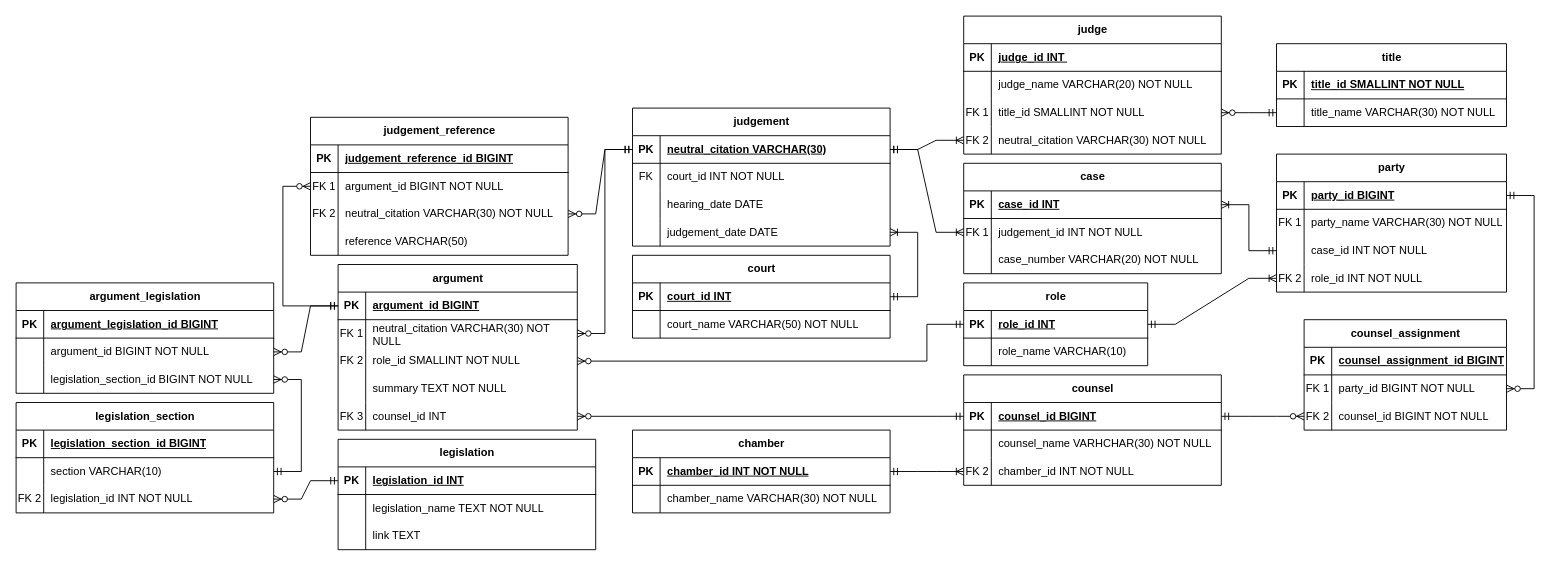
Above: dev-resources/erd/ERD.drawio in anisahhoque/c15-court-transcript-pipeline (draw.io), before the change. Source tidied: cells renumbered, new cells numbered last; positions are measured from the earlier drawing's top-left corner, leaving out a move shared by most shapes. Both pictures are drawn from the tidied source at 92%, with x=0, y=0 at pixel (16, 16).
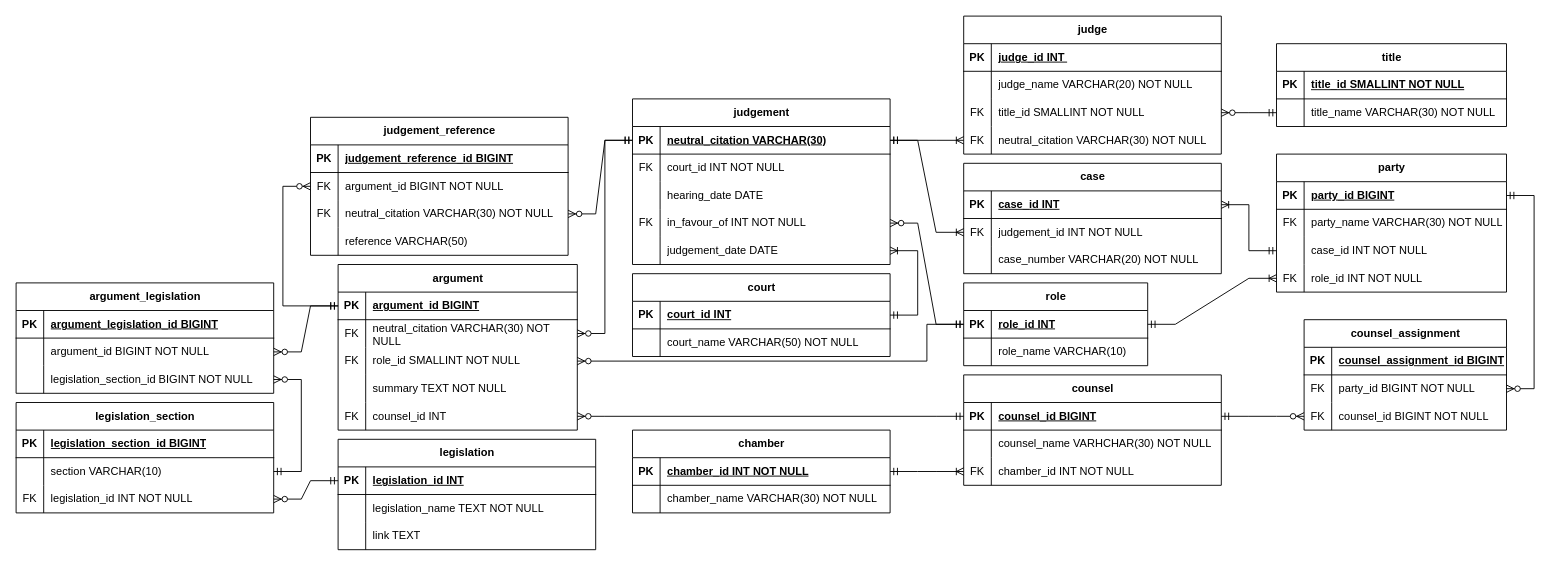
The same diagram, later.

Commit message (it also covers changes not shown here):
Adds in_favour_of column to judgment, and simplifies foreign keys

The change refers to these unchanged cells:
```xml
<mxCell id="20" style="shape=tableRow;horizontal=0;startSize=0;swimlaneHead=0;swimlaneBody=0;fillColor=none;points=[[0,0.5],[1,0.5]];portConstraint=eastwest;top=0;left=0;right=0;bottom=0;" parent="13" vertex="1">
  <mxGeometry y="90" width="280" height="30" as="geometry" />
</mxCell>
<mxCell id="40" style="shape=tableRow;horizontal=0;startSize=0;swimlaneHead=0;swimlaneBody=0;fillColor=none;points=[[0,0.5],[1,0.5]];portConstraint=eastwest;top=0;left=0;right=0;bottom=0;" parent="36" vertex="1">
  <mxGeometry y="60" width="280" height="30" as="geometry" />
</mxCell>
<mxCell id="43" style="shape=tableRow;horizontal=0;startSize=0;swimlaneHead=0;swimlaneBody=0;fillColor=none;points=[[0,0.5],[1,0.5]];portConstraint=eastwest;top=0;left=0;right=0;bottom=0;" parent="36" vertex="1">
  <mxGeometry y="90" width="280" height="30" as="geometry" />
</mxCell>
<mxCell id="53" style="shape=tableRow;horizontal=0;startSize=0;swimlaneHead=0;swimlaneBody=0;fillColor=none;points=[[0,0.5],[1,0.5]];portConstraint=eastwest;top=0;left=0;right=0;bottom=0;" parent="49" vertex="1">
  <mxGeometry y="60" width="280" height="30" as="geometry" />
</mxCell>
<mxCell id="70" style="shape=tableRow;horizontal=0;startSize=0;swimlaneHead=0;swimlaneBody=0;fillColor=none;top=0;left=0;right=0;bottom=0;" parent="66" vertex="1">
  <mxGeometry y="60" width="250" height="30" as="geometry" />
</mxCell>
<mxCell id="76" style="shape=tableRow;horizontal=0;startSize=0;swimlaneHead=0;swimlaneBody=0;fillColor=none;points=[[0,0.5],[1,0.5]];portConstraint=eastwest;top=0;left=0;right=0;bottom=0;" parent="66" vertex="1">
  <mxGeometry y="120" width="250" height="30" as="geometry" />
</mxCell>
<mxCell id="80" style="shape=tableRow;horizontal=0;startSize=0;swimlaneHead=0;swimlaneBody=0;fillColor=none;points=[[0,0.5],[1,0.5]];portConstraint=eastwest;top=0;left=0;right=0;bottom=1;" parent="79" vertex="1">
  <mxGeometry y="30" width="200" height="30" as="geometry" />
</mxCell>
<mxCell id="90" style="shape=tableRow;horizontal=0;startSize=0;swimlaneHead=0;swimlaneBody=0;fillColor=none;points=[[0,0.5],[1,0.5]];portConstraint=eastwest;top=0;left=0;right=0;bottom=0;" parent="86" vertex="1">
  <mxGeometry y="60" width="220" height="30" as="geometry" />
</mxCell>
<mxCell id="93" style="shape=tableRow;horizontal=0;startSize=0;swimlaneHead=0;swimlaneBody=0;fillColor=none;points=[[0,0.5],[1,0.5]];portConstraint=eastwest;top=0;left=0;right=0;bottom=0;" parent="86" vertex="1">
  <mxGeometry y="90" width="220" height="30" as="geometry" />
</mxCell>
<mxCell id="103" style="shape=tableRow;horizontal=0;startSize=0;swimlaneHead=0;swimlaneBody=0;fillColor=none;points=[[0,0.5],[1,0.5]];portConstraint=eastwest;top=0;left=0;right=0;bottom=0;" parent="96" vertex="1">
  <mxGeometry y="90" width="280" height="30" as="geometry" />
</mxCell>
<mxCell id="128" style="shape=tableRow;horizontal=0;startSize=0;swimlaneHead=0;swimlaneBody=0;fillColor=none;points=[[0,0.5],[1,0.5]];portConstraint=eastwest;top=0;left=0;right=0;bottom=0;" parent="124" vertex="1">
  <mxGeometry y="60" width="260" height="30" as="geometry" />
</mxCell>
<mxCell id="131" style="shape=tableRow;horizontal=0;startSize=0;swimlaneHead=0;swimlaneBody=0;fillColor=none;points=[[0,0.5],[1,0.5]];portConstraint=eastwest;top=0;left=0;right=0;bottom=0;" parent="124" vertex="1">
  <mxGeometry y="90" width="260" height="30" as="geometry" />
</mxCell>
<mxCell id="137" style="shape=tableRow;horizontal=0;startSize=0;swimlaneHead=0;swimlaneBody=0;fillColor=none;points=[[0,0.5],[1,0.5]];portConstraint=eastwest;top=0;left=0;right=0;bottom=0;" parent="124" vertex="1">
  <mxGeometry y="150" width="260" height="30" as="geometry" />
</mxCell>
<mxCell id="150" style="shape=tableRow;horizontal=0;startSize=0;swimlaneHead=0;swimlaneBody=0;fillColor=none;points=[[0,0.5],[1,0.5]];portConstraint=eastwest;top=0;left=0;right=0;bottom=0;" parent="143" vertex="1">
  <mxGeometry y="90" width="280" height="30" as="geometry" />
</mxCell>
<mxCell id="153" style="shape=tableRow;horizontal=0;startSize=0;swimlaneHead=0;swimlaneBody=0;fillColor=none;points=[[0,0.5],[1,0.5]];portConstraint=eastwest;top=0;left=0;right=0;bottom=0;" parent="143" vertex="1">
  <mxGeometry y="120" width="280" height="30" as="geometry" />
</mxCell>
```

The edit, as a diff of the source:
```diff
@@
-    <mxCell id="21" value="FK 2" style="shape=partialRectangle;fillColor=none;top=0;left=0;bottom=0;right=0;overflow=hidden;whiteSpace=wrap;html=1;" parent="20" vertex="1">
+    <mxCell id="21" value="FK" style="shape=partialRectangle;fillColor=none;top=0;left=0;bottom=0;right=0;overflow=hidden;whiteSpace=wrap;html=1;" parent="20" vertex="1">
       <mxGeometry width="30" height="30" as="geometry" />
     </mxCell>
@@
     <mxCell id="23" value="judgement" style="shape=table;startSize=30;childLayout=tableLayout;rowLines=0;fontStyle=1;align=center;html=1;" parent="1" vertex="1">
-      <mxGeometry x="670" y="100" width="280" height="150" as="geometry" />
+      <mxGeometry x="670" y="90" width="280" height="180" as="geometry" />
     </mxCell>
@@
+    <mxCell id="176" style="shape=tableRow;horizontal=0;startSize=0;swimlaneHead=0;swimlaneBody=0;fillColor=none;points=[[0,0.5],[1,0.5]];portConstraint=eastwest;top=0;left=0;right=0;bottom=0;" parent="23" vertex="1">
+      <mxGeometry y="120" width="280" height="30" as="geometry" />
+    </mxCell>
+    <mxCell id="177" value="FK" style="shape=partialRectangle;fillColor=none;top=0;left=0;bottom=0;right=0;overflow=hidden;whiteSpace=wrap;html=1;" parent="176" vertex="1">
+      <mxGeometry width="30" height="30" as="geometry" />
+    </mxCell>
+    <mxCell id="178" value="in_favour_of INT NOT NULL" style="shape=partialRectangle;fillColor=none;top=0;left=0;bottom=0;right=0;align=left;spacingLeft=6;overflow=hidden;whiteSpace=wrap;html=1;" parent="176" vertex="1">
+      <mxGeometry x="30" width="250" height="30" as="geometry" />
+    </mxCell>
     <mxCell id="33" style="shape=tableRow;horizontal=0;startSize=0;swimlaneHead=0;swimlaneBody=0;fillColor=none;points=[[0,0.5],[1,0.5]];portConstraint=eastwest;top=0;left=0;right=0;bottom=0;" parent="23" vertex="1">
-      <mxGeometry y="120" width="280" height="30" as="geometry" />
+      <mxGeometry y="150" width="280" height="30" as="geometry" />
     </mxCell>
@@
-    <mxCell id="41" value="FK 1" style="shape=partialRectangle;fillColor=none;top=0;left=0;bottom=0;right=0;overflow=hidden;whiteSpace=wrap;html=1;" parent="40" vertex="1">
+    <mxCell id="41" value="FK" style="shape=partialRectangle;fillColor=none;top=0;left=0;bottom=0;right=0;overflow=hidden;whiteSpace=wrap;html=1;" parent="40" vertex="1">
       <mxGeometry width="30" height="30" as="geometry" />
     </mxCell>
@@
-    <mxCell id="44" value="FK 2" style="shape=partialRectangle;fillColor=none;top=0;left=0;bottom=0;right=0;overflow=hidden;whiteSpace=wrap;html=1;" parent="43" vertex="1">
+    <mxCell id="44" value="FK" style="shape=partialRectangle;fillColor=none;top=0;left=0;bottom=0;right=0;overflow=hidden;whiteSpace=wrap;html=1;" parent="43" vertex="1">
       <mxGeometry width="30" height="30" as="geometry" />
     </mxCell>
@@
-    <mxCell id="54" value="FK 1" style="shape=partialRectangle;fillColor=none;top=0;left=0;bottom=0;right=0;overflow=hidden;whiteSpace=wrap;html=1;" parent="53" vertex="1">
+    <mxCell id="54" value="FK" style="shape=partialRectangle;fillColor=none;top=0;left=0;bottom=0;right=0;overflow=hidden;whiteSpace=wrap;html=1;" parent="53" vertex="1">
       <mxGeometry width="30" height="30" as="geometry" />
     </mxCell>
@@
     <mxCell id="59" value="court" style="shape=table;startSize=30;childLayout=tableLayout;rowLines=0;fontStyle=1;align=center;html=1;" parent="1" vertex="1">
-      <mxGeometry x="670" y="260" width="280" height="90" as="geometry" />
+      <mxGeometry x="670" y="280" width="280" height="90" as="geometry" />
     </mxCell>
@@
-    <mxCell id="71" value="FK 1" style="shape=partialRectangle;fillColor=none;top=0;left=0;bottom=0;right=0;overflow=hidden;whiteSpace=wrap;html=1;" parent="70" vertex="1">
+    <mxCell id="71" value="FK" style="shape=partialRectangle;fillColor=none;top=0;left=0;bottom=0;right=0;overflow=hidden;whiteSpace=wrap;html=1;" parent="70" vertex="1">
       <mxGeometry width="30" height="30" as="geometry" />
     </mxCell>
@@
-    <mxCell id="77" value="FK 2" style="shape=partialRectangle;fillColor=none;top=0;left=0;bottom=0;right=0;overflow=hidden;whiteSpace=wrap;html=1;" parent="76" vertex="1">
+    <mxCell id="77" value="FK" style="shape=partialRectangle;fillColor=none;top=0;left=0;bottom=0;right=0;overflow=hidden;whiteSpace=wrap;html=1;" parent="76" vertex="1">
       <mxGeometry width="30" height="30" as="geometry" />
     </mxCell>
@@
-    <mxCell id="91" value="FK 1" style="shape=partialRectangle;fillColor=none;top=0;left=0;bottom=0;right=0;overflow=hidden;whiteSpace=wrap;html=1;" parent="90" vertex="1">
+    <mxCell id="91" value="FK" style="shape=partialRectangle;fillColor=none;top=0;left=0;bottom=0;right=0;overflow=hidden;whiteSpace=wrap;html=1;" parent="90" vertex="1">
       <mxGeometry width="30" height="30" as="geometry" />
     </mxCell>
@@
-    <mxCell id="94" value="FK 2" style="shape=partialRectangle;fillColor=none;top=0;left=0;bottom=0;right=0;overflow=hidden;whiteSpace=wrap;html=1;" parent="93" vertex="1">
+    <mxCell id="94" value="FK" style="shape=partialRectangle;fillColor=none;top=0;left=0;bottom=0;right=0;overflow=hidden;whiteSpace=wrap;html=1;" parent="93" vertex="1">
       <mxGeometry width="30" height="30" as="geometry" />
     </mxCell>
@@
-    <mxCell id="104" value="&lt;span style=&quot;color: rgb(0, 0, 0); font-family: Helvetica; font-size: 12px; font-style: normal; font-variant-ligatures: normal; font-variant-caps: normal; font-weight: 400; letter-spacing: normal; orphans: 2; text-align: center; text-indent: 0px; text-transform: none; widows: 2; word-spacing: 0px; -webkit-text-stroke-width: 0px; white-space: normal; background-color: rgb(251, 251, 251); text-decoration-thickness: initial; text-decoration-style: initial; text-decoration-color: initial; float: none; display: inline !important;&quot;&gt;FK 2&lt;/span&gt;" style="shape=partialRectangle;fillColor=none;top=0;left=0;bottom=0;right=0;overflow=hidden;whiteSpace=wrap;html=1;" parent="103" vertex="1">
+    <mxCell id="104" value="&lt;span style=&quot;color: rgb(0, 0, 0); font-family: Helvetica; font-size: 12px; font-style: normal; font-variant-ligatures: normal; font-variant-caps: normal; font-weight: 400; letter-spacing: normal; orphans: 2; text-align: center; text-indent: 0px; text-transform: none; widows: 2; word-spacing: 0px; -webkit-text-stroke-width: 0px; white-space: normal; background-color: rgb(251, 251, 251); text-decoration-thickness: initial; text-decoration-style: initial; text-decoration-color: initial; float: none; display: inline !important;&quot;&gt;FK&lt;/span&gt;" style="shape=partialRectangle;fillColor=none;top=0;left=0;bottom=0;right=0;overflow=hidden;whiteSpace=wrap;html=1;" parent="103" vertex="1">
       <mxGeometry width="30" height="30" as="geometry" />
     </mxCell>
@@
-    <mxCell id="129" value="FK 1" style="shape=partialRectangle;fillColor=none;top=0;left=0;bottom=0;right=0;overflow=hidden;whiteSpace=wrap;html=1;" parent="128" vertex="1">
+    <mxCell id="129" value="FK" style="shape=partialRectangle;fillColor=none;top=0;left=0;bottom=0;right=0;overflow=hidden;whiteSpace=wrap;html=1;" parent="128" vertex="1">
       <mxGeometry width="30" height="30" as="geometry" />
     </mxCell>
@@
-    <mxCell id="132" value="FK 2" style="shape=partialRectangle;fillColor=none;top=0;left=0;bottom=0;right=0;overflow=hidden;whiteSpace=wrap;html=1;" parent="131" vertex="1">
+    <mxCell id="132" value="FK" style="shape=partialRectangle;fillColor=none;top=0;left=0;bottom=0;right=0;overflow=hidden;whiteSpace=wrap;html=1;" parent="131" vertex="1">
       <mxGeometry width="30" height="30" as="geometry" />
     </mxCell>
@@
-    <mxCell id="138" value="FK 3" style="shape=partialRectangle;fillColor=none;top=0;left=0;bottom=0;right=0;overflow=hidden;whiteSpace=wrap;html=1;" parent="137" vertex="1">
+    <mxCell id="138" value="FK" style="shape=partialRectangle;fillColor=none;top=0;left=0;bottom=0;right=0;overflow=hidden;whiteSpace=wrap;html=1;" parent="137" vertex="1">
       <mxGeometry width="30" height="30" as="geometry" />
     </mxCell>
@@
-    <mxCell id="151" value="FK 1" style="shape=partialRectangle;fillColor=none;top=0;left=0;bottom=0;right=0;overflow=hidden;whiteSpace=wrap;html=1;" parent="150" vertex="1">
+    <mxCell id="151" value="FK" style="shape=partialRectangle;fillColor=none;top=0;left=0;bottom=0;right=0;overflow=hidden;whiteSpace=wrap;html=1;" parent="150" vertex="1">
       <mxGeometry width="30" height="30" as="geometry" />
     </mxCell>
@@
-    <mxCell id="154" value="FK 2" style="shape=partialRectangle;fillColor=none;top=0;left=0;bottom=0;right=0;overflow=hidden;whiteSpace=wrap;html=1;" parent="153" vertex="1">
+    <mxCell id="154" value="FK" style="shape=partialRectangle;fillColor=none;top=0;left=0;bottom=0;right=0;overflow=hidden;whiteSpace=wrap;html=1;" parent="153" vertex="1">
       <mxGeometry width="30" height="30" as="geometry" />
     </mxCell>
@@
+    <mxCell id="179" style="edgeStyle=entityRelationEdgeStyle;fontSize=12;html=1;endArrow=ERzeroToMany;startArrow=ERmandOne;rounded=0;entryX=1;entryY=0.5;entryDx=0;entryDy=0;" parent="1" edge="1" source="80" target="176">
+      <mxGeometry relative="1" as="geometry" />
+    </mxCell>
```
